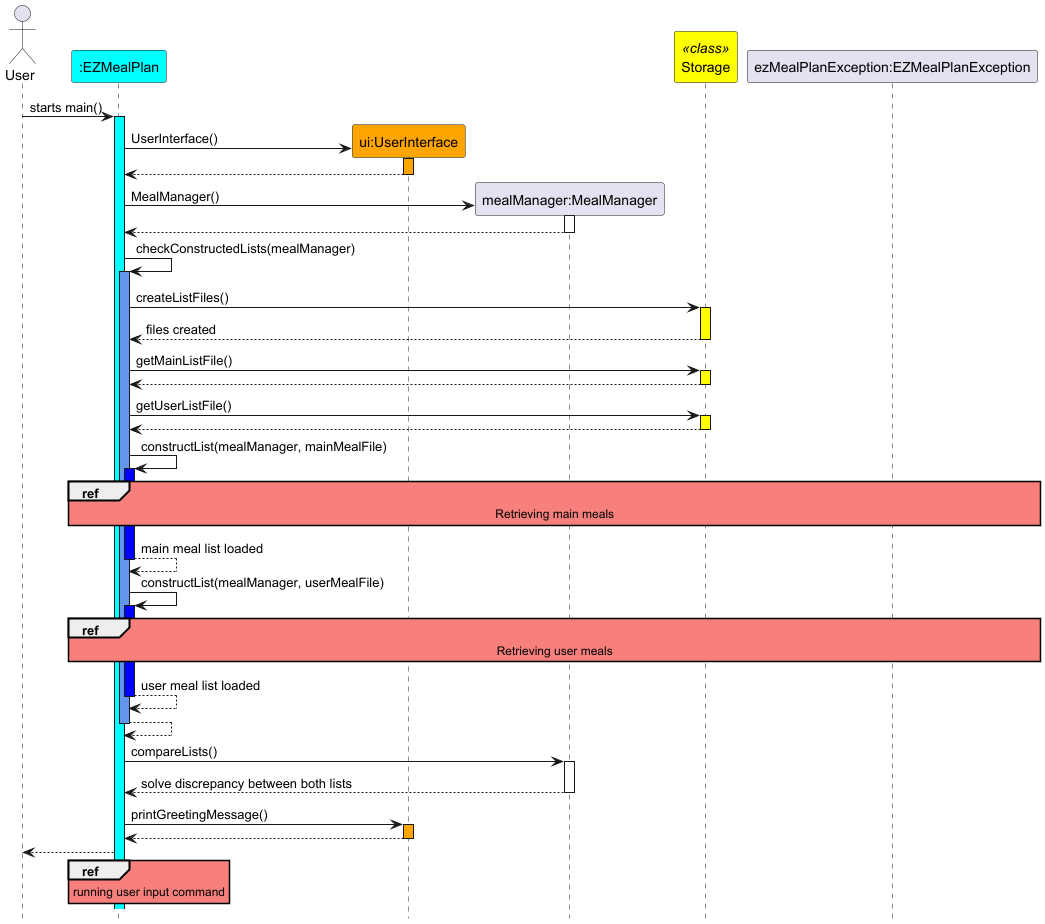
wentuoc/tp keeps this PlantUML diagram as docs/diagrams/BootingUpEZMealPlan.png. Above is the earlier version. Source of this version:
```plantuml
@startuml
hide footbox
skinparam sequenceReferenceBackgroundColor #f7807c

actor User
participant ":EZMealPlan" as EZMealPlan #Cyan
participant "ui:UserInterface" as UserInterface #Orange
participant "mealManager:MealManager" as MealManager
participant "Storage" as Storage <<class>> #Yellow
participant "ezMealPlanException:EZMealPlanException" as EZMealPlanException

User -> EZMealPlan : starts main()
activate EZMealPlan #Cyan
create UserInterface
EZMealPlan -> UserInterface : UserInterface()
activate UserInterface #Orange
UserInterface --> EZMealPlan
deactivate UserInterface
create MealManager
EZMealPlan -> MealManager : MealManager()
activate MealManager
MealManager --> EZMealPlan
deactivate MealManager
EZMealPlan -> EZMealPlan : checkConstructedLists(mealManager)
activate EZMealPlan #cornflowerblue
EZMealPlan -> Storage : createListFiles()
activate Storage #yellow
Storage --> EZMealPlan : files created
deactivate Storage #yellow
EZMealPlan -> Storage : getMainListFile()
activate Storage #yellow
Storage --> EZMealPlan
deactivate Storage #yellow
EZMealPlan -> Storage : getUserListFile()
activate Storage #yellow
Storage --> EZMealPlan
deactivate Storage #yellow
EZMealPlan -> EZMealPlan : constructList(mealManager, mainMealFile)
activate EZMealPlan #blue
ref over EZMealPlan, EZMealPlanException
Retrieving main meals
end ref
EZMealPlan --> EZMealPlan : main meal list loaded
deactivate EZMealPlan
EZMealPlan -> EZMealPlan : constructList(mealManager, userMealFile)
activate EZMealPlan #blue
ref over EZMealPlan, EZMealPlanException
Retrieving user meals
end ref
EZMealPlan --> EZMealPlan : user meal list loaded
deactivate EZMealPlan
EZMealPlan --> EZMealPlan
deactivate EZMealPlan
EZMealPlan -> MealManager : compareLists()
activate MealManager
MealManager --> EZMealPlan : solve discrepancy between both lists
deactivate MealManager
EZMealPlan -> UserInterface : printGreetingMessage()
activate UserInterface #orange
UserInterface --> EZMealPlan
deactivate UserInterface
EZMealPlan --> User
ref over EZMealPlan
running user input command
end ref
@enduml
```
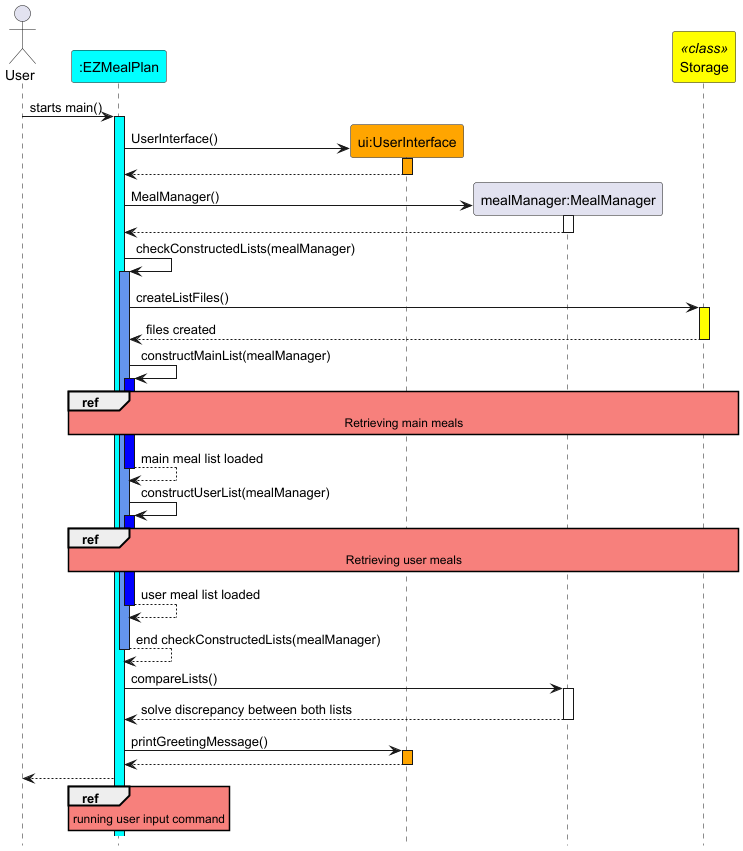
The same diagram one commit later.

The edit, as a diff of the source:
```diff
@@ -7,7 +7,7 @@
 participant "ui:UserInterface" as UserInterface #Orange
 participant "mealManager:MealManager" as MealManager
 participant "Storage" as Storage <<class>> #Yellow
-participant "ezMealPlanException:EZMealPlanException" as EZMealPlanException
+
 
 User -> EZMealPlan : starts main()
 activate EZMealPlan #Cyan
@@ -27,29 +27,21 @@
 activate Storage #yellow
 Storage --> EZMealPlan : files created
 deactivate Storage #yellow
-EZMealPlan -> Storage : getMainListFile()
-activate Storage #yellow
-Storage --> EZMealPlan
-deactivate Storage #yellow
-EZMealPlan -> Storage : getUserListFile()
-activate Storage #yellow
-Storage --> EZMealPlan
-deactivate Storage #yellow
-EZMealPlan -> EZMealPlan : constructList(mealManager, mainMealFile)
+EZMealPlan -> EZMealPlan : constructMainList(mealManager)
 activate EZMealPlan #blue
-ref over EZMealPlan, EZMealPlanException
+ref over EZMealPlan, Storage
 Retrieving main meals
 end ref
 EZMealPlan --> EZMealPlan : main meal list loaded
 deactivate EZMealPlan
-EZMealPlan -> EZMealPlan : constructList(mealManager, userMealFile)
+EZMealPlan -> EZMealPlan : constructUserList(mealManager)
 activate EZMealPlan #blue
-ref over EZMealPlan, EZMealPlanException
+ref over EZMealPlan, Storage
 Retrieving user meals
 end ref
 EZMealPlan --> EZMealPlan : user meal list loaded
 deactivate EZMealPlan
-EZMealPlan --> EZMealPlan
+EZMealPlan --> EZMealPlan : end checkConstructedLists(mealManager)
 deactivate EZMealPlan
 EZMealPlan -> MealManager : compareLists()
 activate MealManager
```
